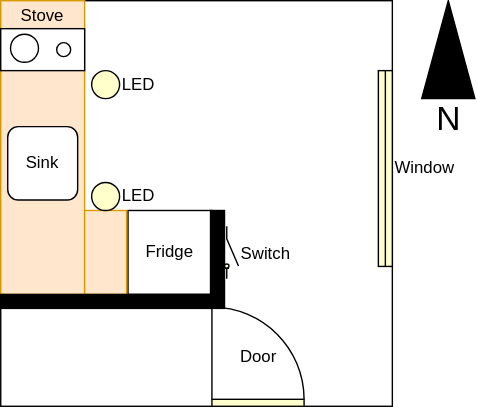
Above: images/Kitchen-lighting-problem.drawio.svg in kovandzhiev/Kitchen-Lighting (draw.io), before the change. Source tidied: cells renumbered, new cells last; positions are measured from the earlier drawing's top-left corner, leaving out a move shared by most shapes. Source of this version:
```xml
<mxGraphModel>
  <root>
    <mxCell id="0" />
    <mxCell id="1" parent="0" />
    <mxCell id="2" style="rounded=0;whiteSpace=wrap;html=1;" parent="1" vertex="1">
      <mxGeometry width="280" height="290" as="geometry" />
    </mxCell>
    <mxCell id="3" style="rounded=0;whiteSpace=wrap;html=1;fillColor=#ffe6cc;strokeColor=#d79b00;" parent="1" vertex="1">
      <mxGeometry width="60" height="210" as="geometry" />
    </mxCell>
    <mxCell id="4" value="Fridge" style="whiteSpace=wrap;html=1;" parent="1" vertex="1">
      <mxGeometry x="91" y="150" width="60" height="60" as="geometry" />
    </mxCell>
    <mxCell id="5" value="Stove" style="rounded=0;whiteSpace=wrap;html=1;strokeColor=default;fontSize=12;labelPosition=center;verticalLabelPosition=top;align=center;verticalAlign=bottom;" parent="1" vertex="1">
      <mxGeometry y="20" width="60" height="30" as="geometry" />
    </mxCell>
    <mxCell id="6" style="ellipse;whiteSpace=wrap;html=1;strokeColor=default;fontSize=12;" parent="1" vertex="1">
      <mxGeometry x="7" y="24" width="20" height="20" as="geometry" />
    </mxCell>
    <mxCell id="7" style="ellipse;whiteSpace=wrap;html=1;strokeColor=default;fontSize=12;" parent="1" vertex="1">
      <mxGeometry x="40" y="30" width="10" height="10" as="geometry" />
    </mxCell>
    <mxCell id="8" value="Sink" style="rounded=1;whiteSpace=wrap;html=1;strokeColor=default;fontSize=12;" parent="1" vertex="1">
      <mxGeometry x="5" y="90" width="50" height="52.5" as="geometry" />
    </mxCell>
    <mxCell id="9" style="rounded=0;whiteSpace=wrap;html=1;strokeColor=#d79b00;fontSize=12;fillColor=#ffe6cc;" parent="1" vertex="1">
      <mxGeometry x="60" y="150" width="30" height="60" as="geometry" />
    </mxCell>
    <mxCell id="10" value="LED" style="ellipse;whiteSpace=wrap;html=1;strokeColor=default;fontSize=12;labelPosition=right;verticalLabelPosition=middle;align=left;verticalAlign=middle;gradientColor=none;fillColor=#FFFFCC;" parent="1" vertex="1">
      <mxGeometry x="65" y="50" width="20" height="20" as="geometry" />
    </mxCell>
    <mxCell id="11" value="LED" style="ellipse;whiteSpace=wrap;html=1;strokeColor=default;fontSize=12;labelPosition=right;verticalLabelPosition=middle;align=left;verticalAlign=middle;fillColor=#FFFFCC;" parent="1" vertex="1">
      <mxGeometry x="65" y="130" width="20" height="20" as="geometry" />
    </mxCell>
    <mxCell id="12" value="Door" style="verticalLabelPosition=middle;html=1;verticalAlign=middle;align=center;shape=mxgraph.floorplan.doorLeft;strokeColor=default;fontSize=12;fillColor=#FFFFCC;gradientColor=none;flipH=0;flipV=1;labelPosition=center;" parent="1" vertex="1">
      <mxGeometry x="151" y="220" width="65.9" height="70" as="geometry" />
    </mxCell>
    <mxCell id="13" value="Window" style="verticalLabelPosition=middle;html=1;verticalAlign=middle;align=left;shape=mxgraph.floorplan.window;strokeColor=default;fontSize=12;fillColor=#FFFFCC;gradientColor=none;direction=south;labelPosition=right;" parent="1" vertex="1">
      <mxGeometry x="270" y="50" width="10" height="140" as="geometry" />
    </mxCell>
    <mxCell id="14" style="verticalLabelPosition=bottom;html=1;verticalAlign=top;align=center;shape=mxgraph.floorplan.wall;fillColor=strokeColor;direction=south;strokeColor=default;fontSize=12;" parent="1" vertex="1">
      <mxGeometry x="150" y="150" width="10" height="70" as="geometry" />
    </mxCell>
    <mxCell id="15" style="verticalLabelPosition=bottom;html=1;verticalAlign=top;align=center;shape=mxgraph.floorplan.wall;fillColor=strokeColor;strokeColor=default;fontSize=12;" parent="1" vertex="1">
      <mxGeometry y="210" width="150" height="10" as="geometry" />
    </mxCell>
    <mxCell id="16" value="Switch" style="shape=mxgraph.electrical.electro-mechanical.switchDisconnector;elSwitchState=off;strokeColor=default;fontSize=12;fillColor=#FFFFCC;gradientColor=none;direction=south;labelPosition=right;verticalLabelPosition=middle;align=left;verticalAlign=middle;" parent="1" vertex="1">
      <mxGeometry x="160" y="161.2" width="10" height="37.5" as="geometry" />
    </mxCell>
    <mxCell id="17" style="group;" parent="1" vertex="1">
      <mxGeometry x="300" width="40" height="105" as="geometry" />
    </mxCell>
    <mxCell id="18" style="shape=mxgraph.arrows2.wedgeArrow;html=1;startWidth=19;fillColor=strokeColor;defaultFillColor=invert;defaultGradientColor=invert;rounded=0;" parent="17" edge="1">
      <mxGeometry relative="1" as="geometry">
        <mxPoint x="20" y="70" as="sourcePoint" />
        <mxPoint x="20" as="targetPoint" />
      </mxGeometry>
    </mxCell>
    <mxCell id="19" value="N" style="text;html=1;align=center;verticalAlign=middle;strokeColor=none;fillColor=none;fontSize=24;" parent="17" vertex="1">
      <mxGeometry y="65" width="40" height="40" as="geometry" />
    </mxCell>
  </root>
</mxGraphModel>
```
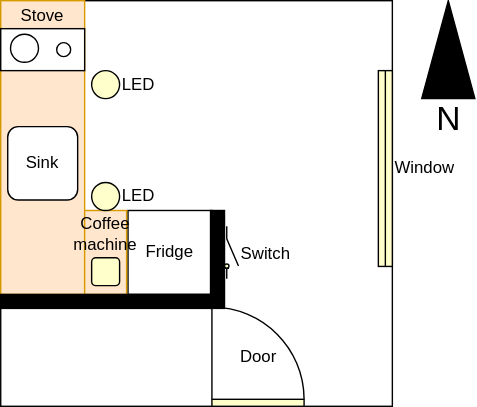
Later version of the same file.

The edit, as a diff of the source:
```diff
@@ -59,5 +59,8 @@
     <mxCell id="19" value="N" style="text;html=1;align=center;verticalAlign=middle;strokeColor=none;fillColor=none;fontSize=24;" parent="17" vertex="1">
       <mxGeometry y="65" width="40" height="40" as="geometry" />
     </mxCell>
+    <mxCell id="20" value="Coffee&lt;br&gt;machine" style="rounded=1;whiteSpace=wrap;html=1;strokeColor=default;fontSize=12;fillColor=#FFFFCC;gradientColor=none;labelPosition=center;verticalLabelPosition=top;align=center;verticalAlign=bottom;labelBackgroundColor=none;labelBorderColor=none;" parent="1" vertex="1">
+      <mxGeometry x="65" y="183.8" width="20" height="20" as="geometry" />
+    </mxCell>
   </root>
 </mxGraphModel>
```
